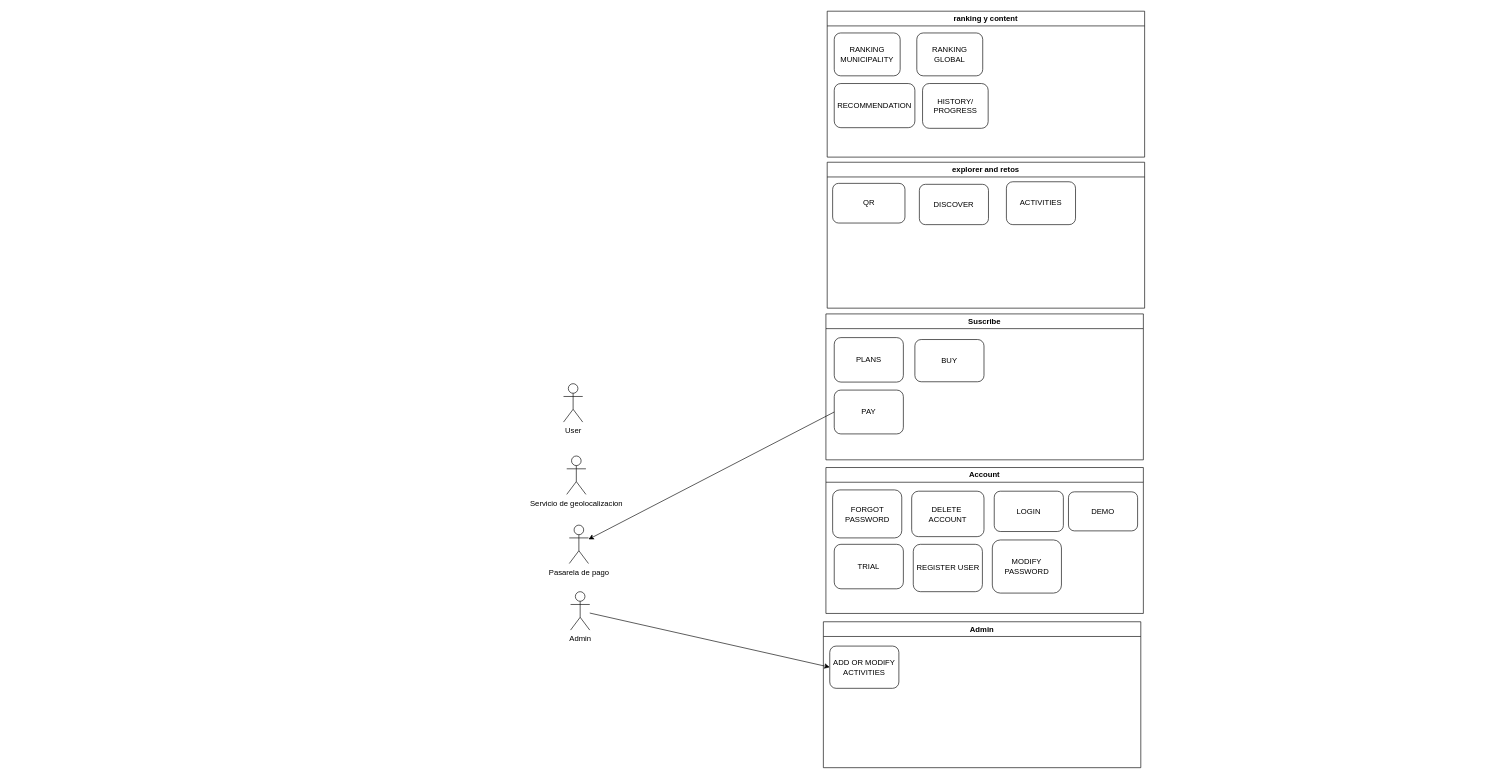
Earlier version of the draw.io diagram Municipality/backend/diagram_general.drawio (stevenhdz/htdocs). Source tidied: cells renumbered, new cells numbered last; positions are measured from the earlier drawing's top-left corner, leaving out a move shared by most shapes. Both pictures are drawn from the tidied source at 64%, with x=0, y=0 at pixel (563, 11).
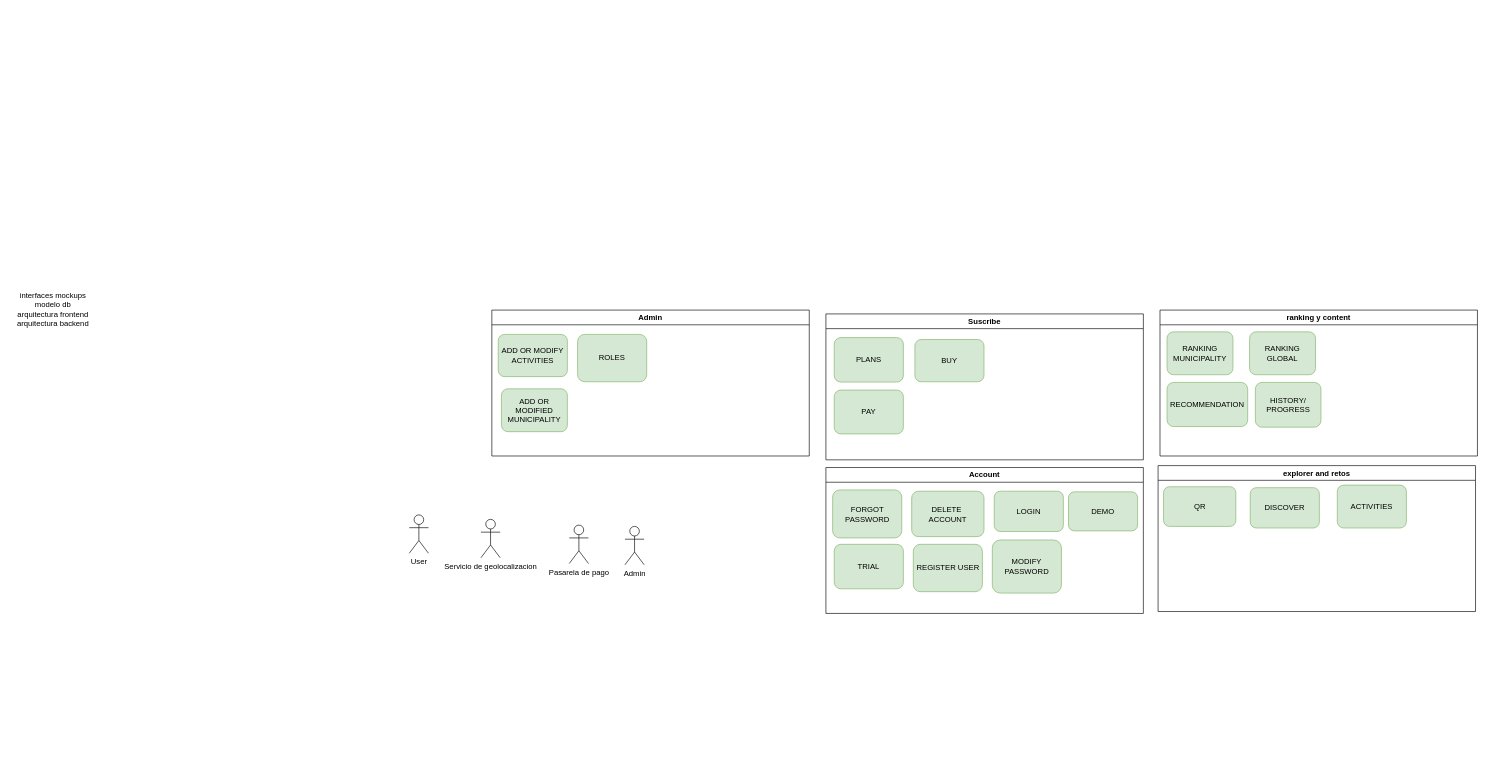
Above is the later version.

Commit message (it also covers changes not shown here):
feature municipality

Unchanged cells that the change refers to:
```xml
<mxCell id="6" value="Pasarela de pago" style="shape=umlActor;verticalLabelPosition=bottom;verticalAlign=top;html=1;outlineConnect=0;" parent="1" vertex="1">
  <mxGeometry x="9" y="803" width="30" height="60" as="geometry" />
</mxCell>
<mxCell id="16" value="Suscribe" style="swimlane;whiteSpace=wrap;html=1;" parent="1" vertex="1">
  <mxGeometry x="410" y="473" width="496" height="228" as="geometry" />
</mxCell>
<mxCell id="20" value="Account" style="swimlane;whiteSpace=wrap;html=1;startSize=23;" parent="1" vertex="1">
  <mxGeometry x="410" y="713" width="496" height="228" as="geometry" />
</mxCell>
```

Change to the diagram source:
```diff
@@
-    <mxCell id="2" style="edgeStyle=none;html=1;entryX=0;entryY=0.5;entryDx=0;entryDy=0;" parent="1" edge="1" source="3" target="29">
-      <mxGeometry relative="1" as="geometry" />
-    </mxCell>
     <mxCell id="3" value="Admin" style="shape=umlActor;verticalLabelPosition=bottom;verticalAlign=top;html=1;outlineConnect=0;" parent="1" vertex="1">
-      <mxGeometry x="11" y="907" width="30" height="60" as="geometry" />
+      <mxGeometry x="96" y="805" width="30" height="60" as="geometry" />
     </mxCell>
     <mxCell id="4" value="User" style="shape=umlActor;verticalLabelPosition=bottom;verticalAlign=top;html=1;" parent="1" vertex="1">
-      <mxGeometry y="582" width="30" height="60" as="geometry" />
+      <mxGeometry x="-241" y="787" width="30" height="60" as="geometry" />
     </mxCell>
     <mxCell id="5" value="Servicio de geolocalizacion" style="shape=umlActor;verticalLabelPosition=bottom;verticalAlign=top;html=1;" parent="1" vertex="1">
-      <mxGeometry x="5" y="695" width="30" height="60" as="geometry" />
+      <mxGeometry x="-129" y="794" width="30" height="60" as="geometry" />
     </mxCell>
@@
     <mxCell id="7" value="ranking y content" style="swimlane;whiteSpace=wrap;html=1;" parent="1" vertex="1">
-      <mxGeometry x="412" width="496" height="228" as="geometry" />
+      <mxGeometry x="932" y="467" width="496" height="228" as="geometry" />
     </mxCell>
-    <mxCell id="8" value="RANKING&lt;div&gt;MUNICIPALITY&lt;/div&gt;" style="rounded=1;whiteSpace=wrap;html=1;" parent="7" vertex="1">
+    <mxCell id="8" value="RANKING&lt;div&gt;MUNICIPALITY&lt;/div&gt;" style="rounded=1;whiteSpace=wrap;html=1;fillColor=#d5e8d4;strokeColor=#82b366;" parent="7" vertex="1">
       <mxGeometry x="11" y="34" width="103" height="67" as="geometry" />
     </mxCell>
-    <mxCell id="9" value="RECOMMENDATION" style="rounded=1;whiteSpace=wrap;html=1;" parent="7" vertex="1">
+    <mxCell id="9" value="RECOMMENDATION" style="rounded=1;whiteSpace=wrap;html=1;fillColor=#d5e8d4;strokeColor=#82b366;" parent="7" vertex="1">
       <mxGeometry x="11" y="113" width="126" height="69" as="geometry" />
     </mxCell>
-    <mxCell id="10" value="&lt;div&gt;HISTORY/&lt;/div&gt;PROGRESS" style="rounded=1;whiteSpace=wrap;html=1;" parent="7" vertex="1">
+    <mxCell id="10" value="&lt;div&gt;HISTORY/&lt;/div&gt;PROGRESS" style="rounded=1;whiteSpace=wrap;html=1;fillColor=#d5e8d4;strokeColor=#82b366;" parent="7" vertex="1">
       <mxGeometry x="149" y="113" width="102.5" height="70" as="geometry" />
     </mxCell>
-    <mxCell id="11" value="RANKING&lt;div&gt;GLOBAL&lt;/div&gt;" style="rounded=1;whiteSpace=wrap;html=1;" parent="7" vertex="1">
+    <mxCell id="11" value="RANKING&lt;div&gt;GLOBAL&lt;/div&gt;" style="rounded=1;whiteSpace=wrap;html=1;fillColor=#d5e8d4;strokeColor=#82b366;" parent="7" vertex="1">
       <mxGeometry x="140" y="34" width="103" height="67" as="geometry" />
     </mxCell>
     <mxCell id="12" value="explorer and retos" style="swimlane;whiteSpace=wrap;html=1;" parent="1" vertex="1">
-      <mxGeometry x="412" y="236" width="496" height="228" as="geometry" />
+      <mxGeometry x="929" y="710" width="496" height="228" as="geometry" />
     </mxCell>
-    <mxCell id="13" value="QR" style="rounded=1;whiteSpace=wrap;html=1;" parent="12" vertex="1">
+    <mxCell id="13" value="QR" style="rounded=1;whiteSpace=wrap;html=1;fillColor=#d5e8d4;strokeColor=#82b366;" parent="12" vertex="1">
       <mxGeometry x="8.5" y="33" width="113" height="62" as="geometry" />
     </mxCell>
-    <mxCell id="14" value="DISCOVER" style="rounded=1;whiteSpace=wrap;html=1;" parent="12" vertex="1">
+    <mxCell id="14" value="DISCOVER" style="rounded=1;whiteSpace=wrap;html=1;fillColor=#d5e8d4;strokeColor=#82b366;" parent="12" vertex="1">
       <mxGeometry x="144" y="34.5" width="108" height="63" as="geometry" />
     </mxCell>
-    <mxCell id="15" value="ACTIVITIES" style="rounded=1;whiteSpace=wrap;html=1;" parent="12" vertex="1">
+    <mxCell id="15" value="ACTIVITIES" style="rounded=1;whiteSpace=wrap;html=1;fillColor=#d5e8d4;strokeColor=#82b366;" parent="12" vertex="1">
       <mxGeometry x="280" y="30.5" width="108" height="67" as="geometry" />
     </mxCell>
@@
-    <mxCell id="17" value="PLANS" style="rounded=1;whiteSpace=wrap;html=1;" parent="16" vertex="1">
+    <mxCell id="17" value="PLANS" style="rounded=1;whiteSpace=wrap;html=1;fillColor=#d5e8d4;strokeColor=#82b366;" parent="16" vertex="1">
       <mxGeometry x="13" y="37" width="108" height="69.5" as="geometry" />
     </mxCell>
-    <mxCell id="18" value="BUY" style="rounded=1;whiteSpace=wrap;html=1;" parent="16" vertex="1">
+    <mxCell id="18" value="BUY" style="rounded=1;whiteSpace=wrap;html=1;fillColor=#d5e8d4;strokeColor=#82b366;" parent="16" vertex="1">
       <mxGeometry x="139" y="40" width="108" height="66" as="geometry" />
     </mxCell>
-    <mxCell id="19" value="PAY" style="rounded=1;whiteSpace=wrap;html=1;" parent="16" vertex="1">
+    <mxCell id="19" value="PAY" style="rounded=1;whiteSpace=wrap;html=1;fillColor=#d5e8d4;strokeColor=#82b366;" parent="16" vertex="1">
       <mxGeometry x="13" y="119" width="108" height="68.5" as="geometry" />
     </mxCell>
@@
-    <mxCell id="21" value="FORGOT&lt;div&gt;PASSWORD&lt;/div&gt;" style="rounded=1;whiteSpace=wrap;html=1;" parent="20" vertex="1">
+    <mxCell id="21" value="FORGOT&lt;div&gt;PASSWORD&lt;/div&gt;" style="rounded=1;whiteSpace=wrap;html=1;fillColor=#d5e8d4;strokeColor=#82b366;" parent="20" vertex="1">
       <mxGeometry x="10.5" y="35" width="108" height="75" as="geometry" />
     </mxCell>
-    <mxCell id="22" value="DELETE&amp;nbsp;&lt;div&gt;ACCOUNT&lt;/div&gt;" style="rounded=1;whiteSpace=wrap;html=1;" parent="20" vertex="1">
+    <mxCell id="22" value="DELETE&amp;nbsp;&lt;div&gt;ACCOUNT&lt;/div&gt;" style="rounded=1;whiteSpace=wrap;html=1;fillColor=#d5e8d4;strokeColor=#82b366;" parent="20" vertex="1">
       <mxGeometry x="134" y="37" width="113" height="71" as="geometry" />
     </mxCell>
-    <mxCell id="23" value="LOGIN" style="rounded=1;whiteSpace=wrap;html=1;" parent="20" vertex="1">
+    <mxCell id="23" value="LOGIN" style="rounded=1;whiteSpace=wrap;html=1;fillColor=#d5e8d4;strokeColor=#82b366;" parent="20" vertex="1">
       <mxGeometry x="263" y="37" width="108" height="63" as="geometry" />
     </mxCell>
-    <mxCell id="24" value="DEMO" style="rounded=1;whiteSpace=wrap;html=1;" parent="20" vertex="1">
+    <mxCell id="24" value="DEMO" style="rounded=1;whiteSpace=wrap;html=1;fillColor=#d5e8d4;strokeColor=#82b366;" parent="20" vertex="1">
       <mxGeometry x="379" y="38" width="108" height="61" as="geometry" />
     </mxCell>
-    <mxCell id="25" value="TRIAL" style="rounded=1;whiteSpace=wrap;html=1;" parent="20" vertex="1">
+    <mxCell id="25" value="TRIAL" style="rounded=1;whiteSpace=wrap;html=1;fillColor=#d5e8d4;strokeColor=#82b366;" parent="20" vertex="1">
       <mxGeometry x="13" y="120" width="108" height="69.5" as="geometry" />
     </mxCell>
-    <mxCell id="26" value="REGISTER USER" style="rounded=1;whiteSpace=wrap;html=1;" parent="20" vertex="1">
+    <mxCell id="26" value="REGISTER USER" style="rounded=1;whiteSpace=wrap;html=1;fillColor=#d5e8d4;strokeColor=#82b366;" parent="20" vertex="1">
       <mxGeometry x="136.5" y="120" width="108" height="74" as="geometry" />
     </mxCell>
-    <mxCell id="27" value="&lt;div&gt;MODIFY&lt;/div&gt;PASSWORD" style="rounded=1;whiteSpace=wrap;html=1;" parent="20" vertex="1">
+    <mxCell id="27" value="&lt;div&gt;MODIFY&lt;/div&gt;PASSWORD" style="rounded=1;whiteSpace=wrap;html=1;fillColor=#d5e8d4;strokeColor=#82b366;" parent="20" vertex="1">
       <mxGeometry x="260" y="113.2" width="108" height="83" as="geometry" />
     </mxCell>
     <mxCell id="28" value="Admin" style="swimlane;whiteSpace=wrap;html=1;startSize=23;" parent="1" vertex="1">
-      <mxGeometry x="406" y="954" width="496" height="228" as="geometry" />
+      <mxGeometry x="-112" y="467" width="496" height="228" as="geometry" />
     </mxCell>
-    <mxCell id="29" value="ADD OR MODIFY ACTIVITIES" style="rounded=1;whiteSpace=wrap;html=1;" parent="28" vertex="1">
+    <mxCell id="29" value="ADD OR MODIFY ACTIVITIES" style="rounded=1;whiteSpace=wrap;html=1;fillColor=#d5e8d4;strokeColor=#82b366;" parent="28" vertex="1">
       <mxGeometry x="10" y="38" width="108" height="66" as="geometry" />
     </mxCell>
-    <mxCell id="30" style="edgeStyle=none;html=1;exitX=0;exitY=0.5;exitDx=0;exitDy=0;" parent="1" edge="1" source="19" target="6">
-      <mxGeometry relative="1" as="geometry" />
-    </mxCell>
+    <mxCell id="31" value="&lt;div&gt;ADD OR MODIFIED MUNICIPALITY&lt;/div&gt;" style="rounded=1;whiteSpace=wrap;html=1;fillColor=#d5e8d4;strokeColor=#82b366;" parent="28" vertex="1">
+      <mxGeometry x="15" y="123" width="103" height="67" as="geometry" />
+    </mxCell>
+    <mxCell id="32" value="ROLES" style="rounded=1;whiteSpace=wrap;html=1;fillColor=#d5e8d4;strokeColor=#82b366;" parent="28" vertex="1">
+      <mxGeometry x="134" y="38" width="108" height="74" as="geometry" />
+    </mxCell>
+    <mxCell id="33" value="&lt;div&gt;interfaces mockups&lt;/div&gt;&lt;div&gt;&lt;span style=&quot;color: rgb(0, 0, 0);&quot;&gt;modelo db&lt;/span&gt;&lt;/div&gt;&lt;div&gt;&lt;span style=&quot;color: rgb(0, 0, 0);&quot;&gt;arquitectura frontend&lt;/span&gt;&lt;/div&gt;&lt;div&gt;arquitectura backend&lt;/div&gt;" style="text;html=1;align=center;verticalAlign=middle;strokeColor=none;fillColor=none;" parent="1" vertex="1">
+      <mxGeometry x="-863" y="431" width="130" height="70" as="geometry" />
+    </mxCell>
```
